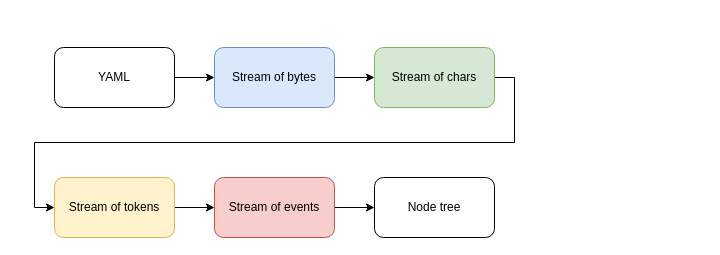
Earlier version of the draw.io diagram doc/YAML-streams.drawio (krzema12/snakeyaml-engine-kmp). Source tidied: cells renumbered, new cells numbered last; positions are measured from the earlier drawing's top-left corner, leaving out a move shared by most shapes. Both pictures are drawn from the tidied source at 100%, with x=0, y=0 at pixel (54, 47).
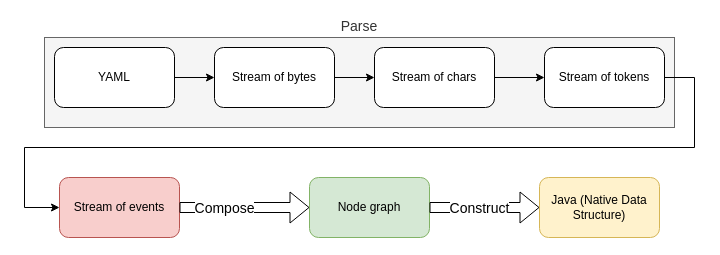
Above is the later version.

What changed in the source:
```diff
@@
+    <mxCell id="13" value="Parse" style="rounded=0;whiteSpace=wrap;html=1;fontSize=14;labelPosition=center;verticalLabelPosition=top;align=center;verticalAlign=bottom;fillColor=#f5f5f5;fontColor=#333333;strokeColor=#666666;" parent="1" vertex="1">
+      <mxGeometry x="-10" y="-10" width="630" height="90" as="geometry" />
+    </mxCell>
@@
-    <mxCell id="5" value="Stream of bytes" style="rounded=1;whiteSpace=wrap;html=1;fillColor=#dae8fc;strokeColor=#6c8ebf;" parent="1" vertex="1">
+    <mxCell id="5" value="Stream of bytes" style="rounded=1;whiteSpace=wrap;html=1;" parent="1" vertex="1">
       <mxGeometry x="160" width="120" height="60" as="geometry" />
     </mxCell>
@@
-    <mxCell id="7" value="Stream of chars" style="rounded=1;whiteSpace=wrap;html=1;fillColor=#d5e8d4;strokeColor=#82b366;" parent="1" vertex="1">
+    <mxCell id="7" value="Stream of chars" style="rounded=1;whiteSpace=wrap;html=1;" parent="1" vertex="1">
       <mxGeometry x="320" width="120" height="60" as="geometry" />
     </mxCell>
-    <mxCell id="8" style="edgeStyle=orthogonalEdgeStyle;rounded=0;jettySize=auto;html=1;exitX=1;exitY=0.5;exitDx=0;exitDy=0;entryX=0;entryY=0.5;entryDx=0;entryDy=0;" parent="1" edge="1" source="9" target="11">
-      <mxGeometry relative="1" as="geometry" />
-    </mxCell>
-    <mxCell id="9" value="Stream of tokens" style="rounded=1;whiteSpace=wrap;html=1;fillColor=#fff2cc;strokeColor=#d6b656;" parent="1" vertex="1">
-      <mxGeometry y="130" width="120" height="60" as="geometry" />
+    <mxCell id="9" value="Stream of tokens" style="rounded=1;whiteSpace=wrap;html=1;" parent="1" vertex="1">
+      <mxGeometry x="490" width="120" height="60" as="geometry" />
     </mxCell>
-    <mxCell id="10" style="edgeStyle=orthogonalEdgeStyle;rounded=0;jettySize=auto;html=1;exitX=1;exitY=0.5;exitDx=0;exitDy=0;entryX=0;entryY=0.5;entryDx=0;entryDy=0;" parent="1" edge="1" source="11" target="12">
-      <mxGeometry relative="1" as="geometry" />
-    </mxCell>
     <mxCell id="11" value="Stream of events" style="rounded=1;whiteSpace=wrap;html=1;fillColor=#f8cecc;strokeColor=#b85450;" parent="1" vertex="1">
-      <mxGeometry x="160" y="130" width="120" height="60" as="geometry" />
+      <mxGeometry x="5" y="130" width="120" height="60" as="geometry" />
     </mxCell>
-    <mxCell id="12" value="Node tree" style="rounded=1;whiteSpace=wrap;html=1;" parent="1" vertex="1">
-      <mxGeometry x="320" y="130" width="120" height="60" as="geometry" />
+    <mxCell id="12" value="Node graph" style="rounded=1;whiteSpace=wrap;html=1;fillColor=#d5e8d4;strokeColor=#82b366;" parent="1" vertex="1">
+      <mxGeometry x="255" y="130" width="120" height="60" as="geometry" />
     </mxCell>
+    <mxCell id="14" value="Java (Native Data Structure)" style="rounded=1;whiteSpace=wrap;html=1;fillColor=#fff2cc;strokeColor=#d6b656;" parent="1" vertex="1">
+      <mxGeometry x="485" y="130" width="120" height="60" as="geometry" />
+    </mxCell>
+    <mxCell id="15" style="shape=flexArrow;endArrow=classic;html=1;rounded=0;entryX=0;entryY=0.5;entryDx=0;entryDy=0;exitX=1;exitY=0.5;exitDx=0;exitDy=0;fontSize=17;" parent="1" edge="1" source="12" target="14">
+      <mxGeometry relative="1" as="geometry" />
+    </mxCell>
+    <mxCell id="16" value="&lt;font style=&quot;font-size: 14px&quot;&gt;Construct&lt;/font&gt;" style="edgeLabel;html=1;align=center;verticalAlign=middle;" parent="15" vertex="1">
+      <mxGeometry x="0.17" relative="1" as="geometry">
+        <mxPoint x="-15" as="offset" />
+      </mxGeometry>
+    </mxCell>
+    <mxCell id="10" style="shape=flexArrow;endArrow=classic;html=1;rounded=0;fontSize=14;entryX=0;entryY=0.5;entryDx=0;entryDy=0;" parent="1" edge="1" source="11" target="12">
+      <mxGeometry relative="1" as="geometry" />
+    </mxCell>
+    <mxCell id="17" value="Compose" style="edgeLabel;html=1;align=center;verticalAlign=middle;fontSize=14;" parent="10" vertex="1">
+      <mxGeometry x="-0.32" relative="1" as="geometry" />
+    </mxCell>
+    <mxCell id="8" style="endArrow=classic;html=1;rounded=0;fontSize=14;exitX=1;exitY=0.5;exitDx=0;exitDy=0;entryX=0;entryY=0.5;entryDx=0;entryDy=0;" parent="1" edge="1" source="9" target="11">
+      <mxGeometry relative="1" as="geometry">
+        <Array as="points">
+          <mxPoint x="640" y="30" />
+          <mxPoint x="640" y="100" />
+          <mxPoint x="-30" y="100" />
+          <mxPoint x="-30" y="160" />
+        </Array>
+      </mxGeometry>
+    </mxCell>
```
